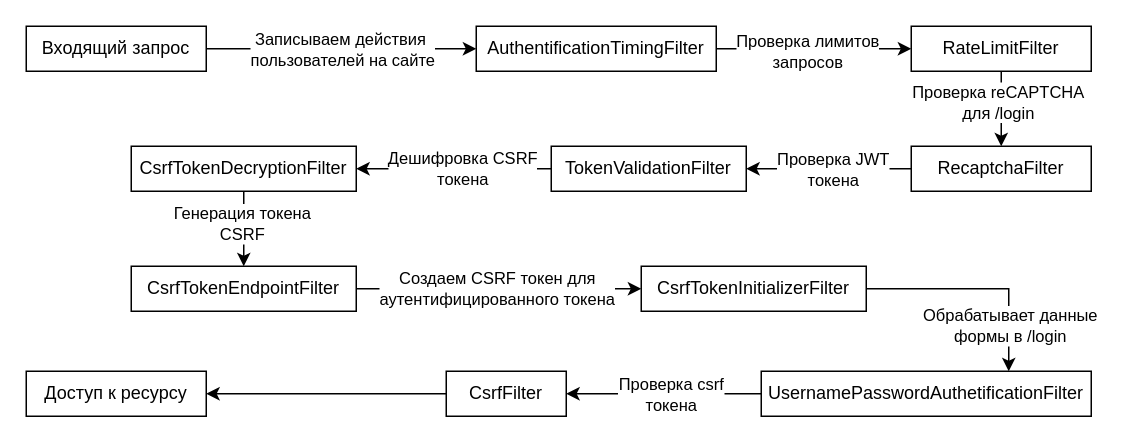
Above: page "Фильтры" (3 of 3) of Схема компонентов.drawio in IlyaSannikow/e-catalog.ru (draw.io), before the change. Source tidied: cells renumbered, new cells numbered last; positions are measured from the earlier drawing's top-left corner, leaving out a move shared by most shapes. Both pictures are drawn from the tidied source at 150%, with x=0, y=0 at pixel (26, 26).
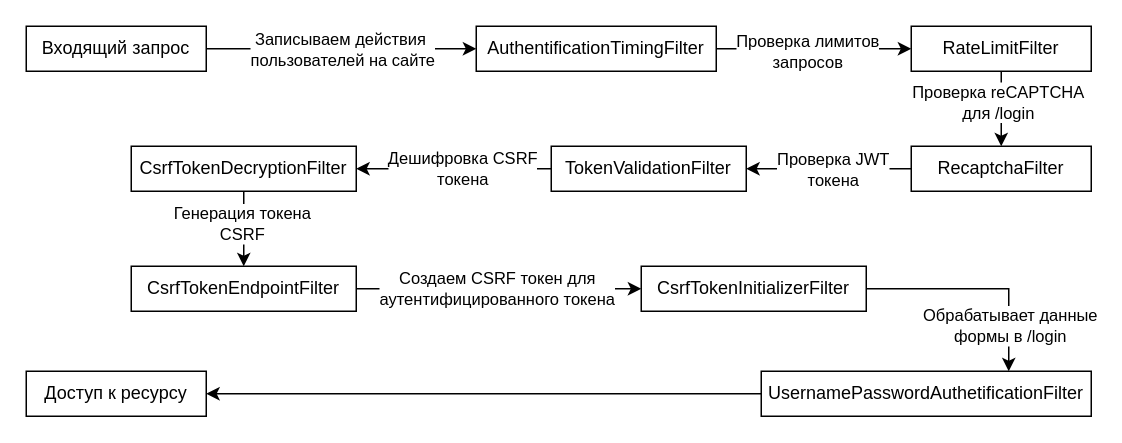
The same diagram, later.

Unchanged cells that the change refers to:
```xml
<mxCell id="28" value="UsernamePasswordAuthetificationFilter" style="rounded=0;whiteSpace=wrap;html=1;" parent="1" vertex="1">
  <mxGeometry x="490" y="230" width="220" height="30" as="geometry" />
</mxCell>
<mxCell id="31" value="Доступ к ресурсу" style="rounded=0;whiteSpace=wrap;html=1;" parent="1" vertex="1">
  <mxGeometry y="230" width="120" height="30" as="geometry" />
</mxCell>
```

Change to the diagram source:
```diff
@@
-    <mxCell id="26" style="edgeStyle=orthogonalEdgeStyle;rounded=0;jettySize=auto;html=1;exitX=0;exitY=0.5;exitDx=0;exitDy=0;entryX=1;entryY=0.5;entryDx=0;entryDy=0;" parent="1" edge="1" source="28" target="30">
+    <mxCell id="26" style="edgeStyle=orthogonalEdgeStyle;rounded=0;jettySize=auto;html=1;exitX=0;exitY=0.5;exitDx=0;exitDy=0;entryX=1;entryY=0.5;entryDx=0;entryDy=0;" parent="1" edge="1" source="28" target="31">
       <mxGeometry relative="1" as="geometry" />
     </mxCell>
-    <mxCell id="27" value="Проверка csrf&lt;div&gt;токена&lt;/div&gt;" style="edgeLabel;html=1;align=center;verticalAlign=middle;" parent="26" vertex="1">
-      <mxGeometry x="0.16" y="1" relative="1" as="geometry">
-        <mxPoint x="14" y="-1" as="offset" />
-      </mxGeometry>
-    </mxCell>
@@
-    <mxCell id="29" style="edgeStyle=orthogonalEdgeStyle;rounded=0;jettySize=auto;html=1;exitX=0;exitY=0.5;exitDx=0;exitDy=0;entryX=1;entryY=0.5;entryDx=0;entryDy=0;" parent="1" edge="1" source="30" target="31">
-      <mxGeometry relative="1" as="geometry" />
-    </mxCell>
-    <mxCell id="30" value="CsrfFilter" style="rounded=0;whiteSpace=wrap;html=1;" parent="1" vertex="1">
-      <mxGeometry x="280" y="230" width="80" height="30" as="geometry" />
-    </mxCell>
```
